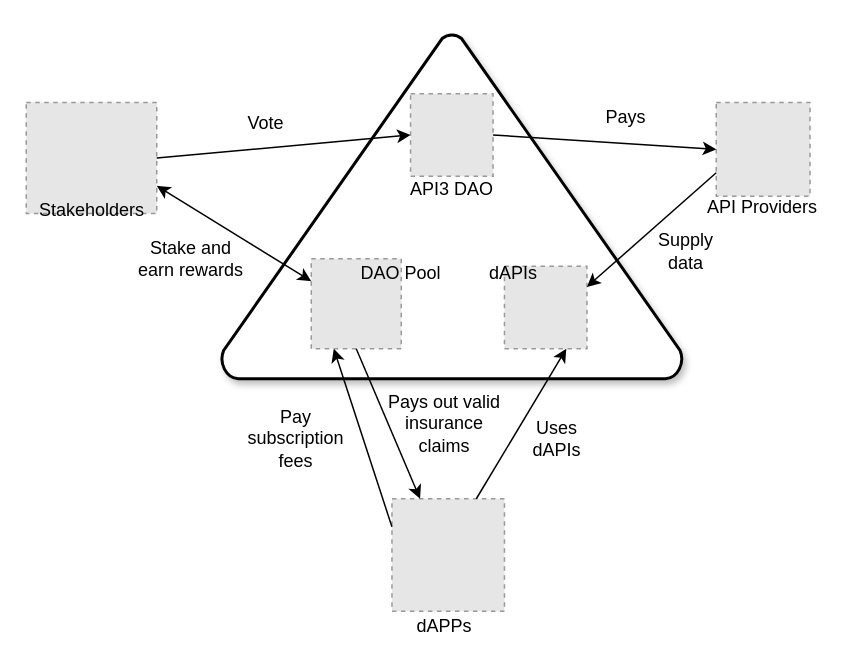
This is docs/next/assets/diagrams/dao.drawio from api3dao/old-api3-docs, a draw.io file, before an edit. Source tidied: cells renumbered, new cells numbered last; positions are measured from the earlier drawing's top-left corner, leaving out a move shared by most shapes. Both pictures are drawn from the tidied source at 150%, with x=0, y=0 at pixel (26, 33). Pictures stored in the file or linked from it are replaced by grey dashed boxes.
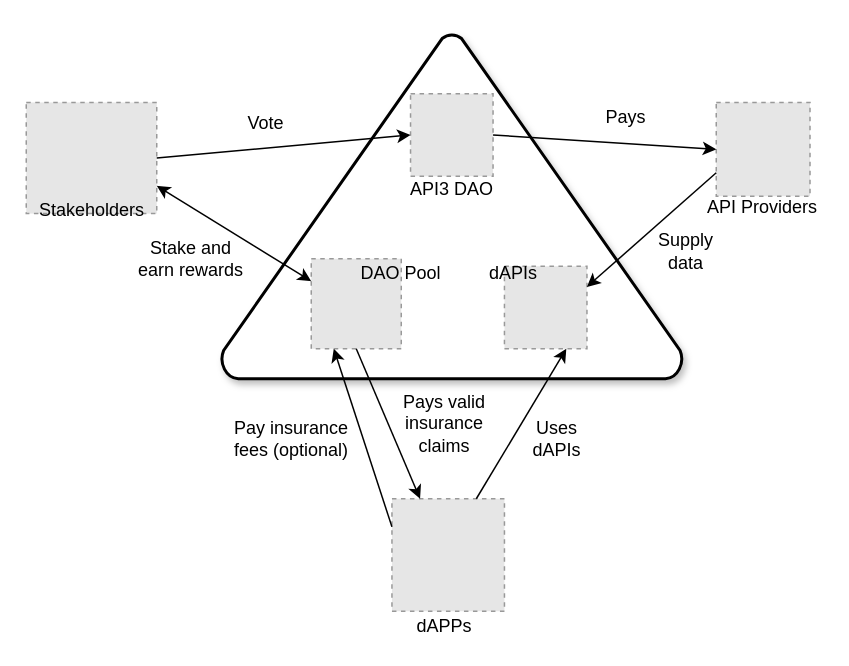
After the change.

Change to the diagram source:
```diff
@@
-    <mxCell id="18" value="Pay subscription fees" style="text;html=1;strokeColor=none;fillColor=none;align=center;verticalAlign=middle;whiteSpace=wrap;rounded=0;" parent="1" vertex="1">
-      <mxGeometry x="160" y="260" width="40" height="20" as="geometry" />
+    <mxCell id="18" value="Pay insurance fees (optional)" style="text;html=1;strokeColor=none;fillColor=none;align=center;verticalAlign=middle;whiteSpace=wrap;rounded=0;" parent="1" vertex="1">
+      <mxGeometry x="137" y="260" width="80" height="20" as="geometry" />
     </mxCell>
@@
-    <mxCell id="20" value="Pays out valid insurance claims" style="text;html=1;strokeColor=none;fillColor=none;align=center;verticalAlign=middle;whiteSpace=wrap;rounded=0;" parent="1" vertex="1">
+    <mxCell id="20" value="Pays valid insurance claims" style="text;html=1;strokeColor=none;fillColor=none;align=center;verticalAlign=middle;whiteSpace=wrap;rounded=0;" parent="1" vertex="1">
       <mxGeometry x="233.8" y="250" width="90" height="20" as="geometry" />
     </mxCell>
@@
+    <mxCell id="29" style="edgeStyle=orthogonalEdgeStyle;rounded=0;orthogonalLoop=1;jettySize=auto;html=1;exitX=0.5;exitY=1;exitDx=0;exitDy=0;" parent="1" edge="1">
+      <mxGeometry relative="1" as="geometry">
+        <mxPoint x="171" y="280" as="sourcePoint" />
+        <mxPoint x="171" y="280" as="targetPoint" />
+      </mxGeometry>
+    </mxCell>
```
